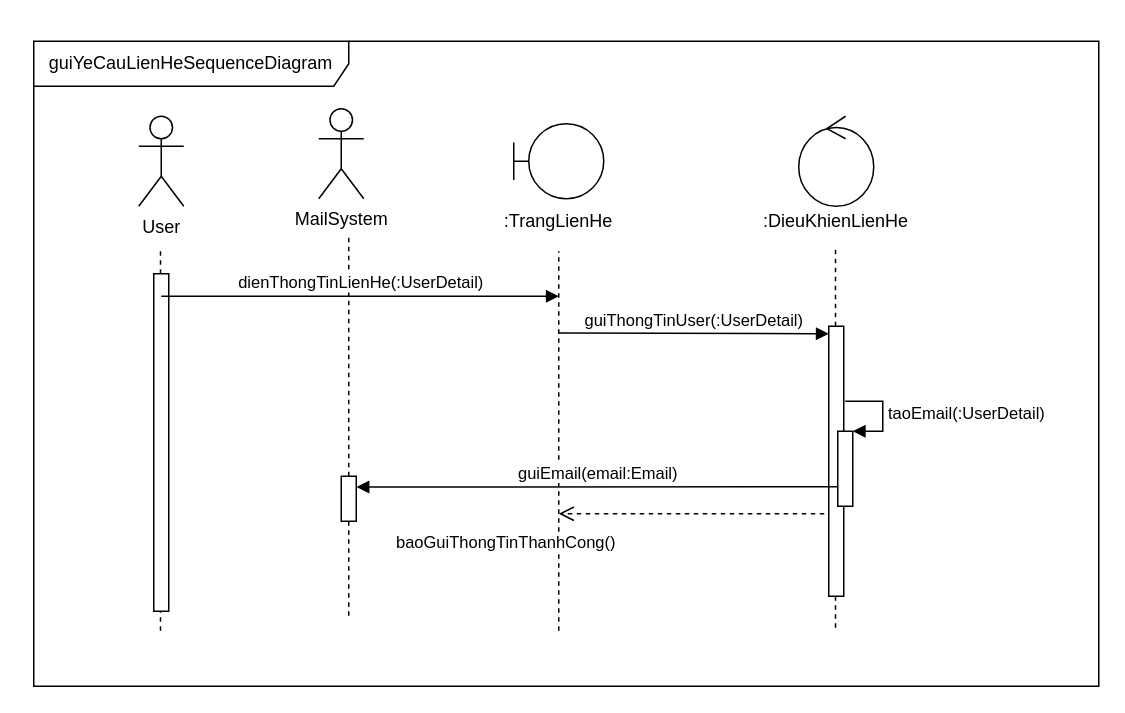
Above: Sequence/guiYeuCauLienHeSequence.drawio in hoangminh15/PTTKHT (draw.io), before the change. Source tidied: cells renumbered, new cells numbered last; positions are measured from the earlier drawing's top-left corner, leaving out a move shared by most shapes. Both pictures are drawn from the tidied source at 150%, with x=0, y=0 at pixel (33, 40).
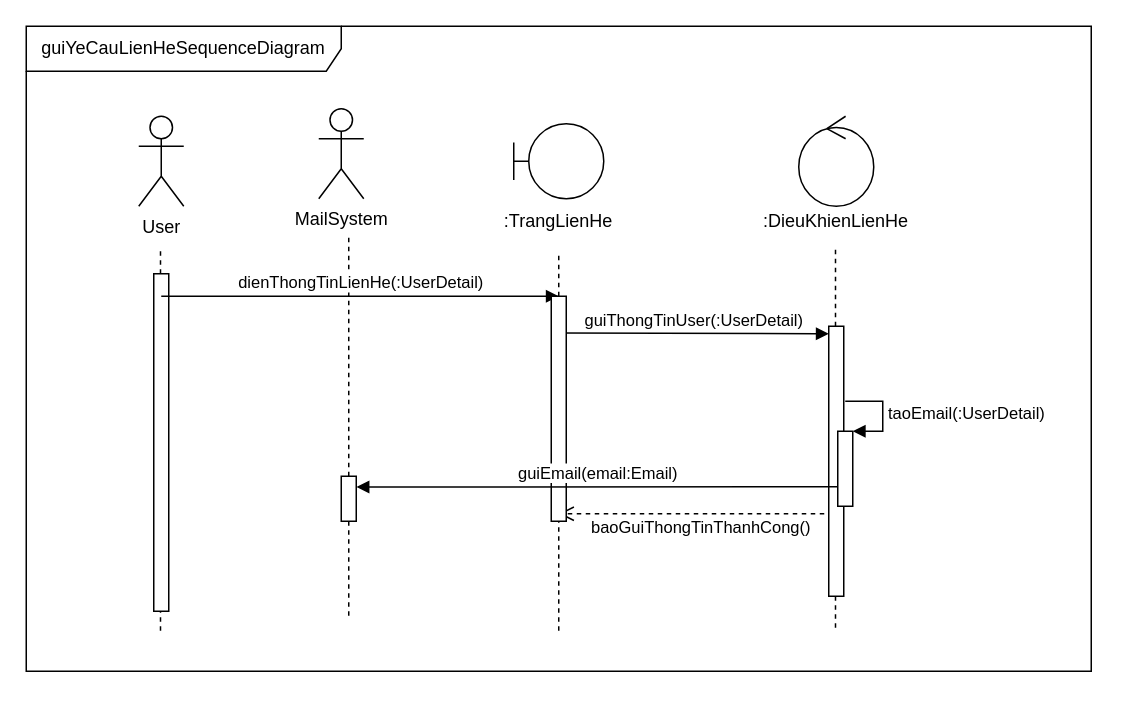
After the change.

The change refers to these unchanged cells:
```xml
<mxCell id="23" style="html=1;points=[];perimeter=orthogonalPerimeter;" parent="1" vertex="1">
  <mxGeometry x="205" y="290" width="10" height="30" as="geometry" />
</mxCell>
```

What changed in the source:
```diff
@@
-    <mxCell id="9" style="endArrow=none;dashed=1;html=1;" parent="1" edge="1">
+    <mxCell id="9" style="endArrow=none;dashed=1;html=1;" parent="1" edge="1" source="26">
       <mxGeometry relative="1" as="geometry">
-        <mxPoint x="350" y="393" as="sourcePoint" />
         <mxPoint x="350" y="140" as="targetPoint" />
       </mxGeometry>
     </mxCell>
@@
-    <mxCell id="20" value="guiEmail(email:Email)" style="html=1;verticalAlign=bottom;endArrow=block;exitX=0;exitY=0.375;exitDx=0;exitDy=0;exitPerimeter=0;entryX=1.018;entryY=0.239;entryDx=0;entryDy=0;entryPerimeter=0;" parent="1" edge="1" target="23">
-      <mxGeometry relative="1" as="geometry">
-        <mxPoint x="536" y="297" as="sourcePoint" />
-      </mxGeometry>
-    </mxCell>
@@
     <mxCell id="22" value="&lt;div style=&quot;text-align: center&quot;&gt;&lt;font face=&quot;helvetica&quot;&gt;&lt;span style=&quot;font-size: 11px ; background-color: rgb(255 , 255 , 255)&quot;&gt;baoGuiThongTinThanhCong()&lt;/span&gt;&lt;/font&gt;&lt;/div&gt;" style="text;whiteSpace=wrap;html=1;" parent="1" vertex="1">
-      <mxGeometry x="240" y="320" width="140" height="30" as="geometry" />
+      <mxGeometry x="370" y="310" width="140" height="30" as="geometry" />
     </mxCell>
@@
     <mxCell id="25" value="guiYeCauLienHeSequenceDiagram" style="shape=umlFrame;whiteSpace=wrap;html=1;width=210;height=30;" parent="1" vertex="1">
-      <mxGeometry width="710" height="430" as="geometry" />
+      <mxGeometry x="-5" y="-10" width="710" height="430" as="geometry" />
     </mxCell>
+    <mxCell id="26" style="html=1;points=[];perimeter=orthogonalPerimeter;" parent="1" vertex="1">
+      <mxGeometry x="345" y="170" width="10" height="150" as="geometry" />
+    </mxCell>
+    <mxCell id="27" style="endArrow=none;dashed=1;html=1;" parent="1" edge="1" target="26">
+      <mxGeometry relative="1" as="geometry">
+        <mxPoint x="350" y="393" as="sourcePoint" />
+      </mxGeometry>
+    </mxCell>
+    <mxCell id="20" value="guiEmail(email:Email)" style="html=1;verticalAlign=bottom;endArrow=block;exitX=0;exitY=0.375;exitDx=0;exitDy=0;exitPerimeter=0;entryX=1.018;entryY=0.239;entryDx=0;entryDy=0;entryPerimeter=0;" parent="1" edge="1" target="23">
+      <mxGeometry relative="1" as="geometry">
+        <mxPoint x="536" y="297" as="sourcePoint" />
+      </mxGeometry>
+    </mxCell>
```
